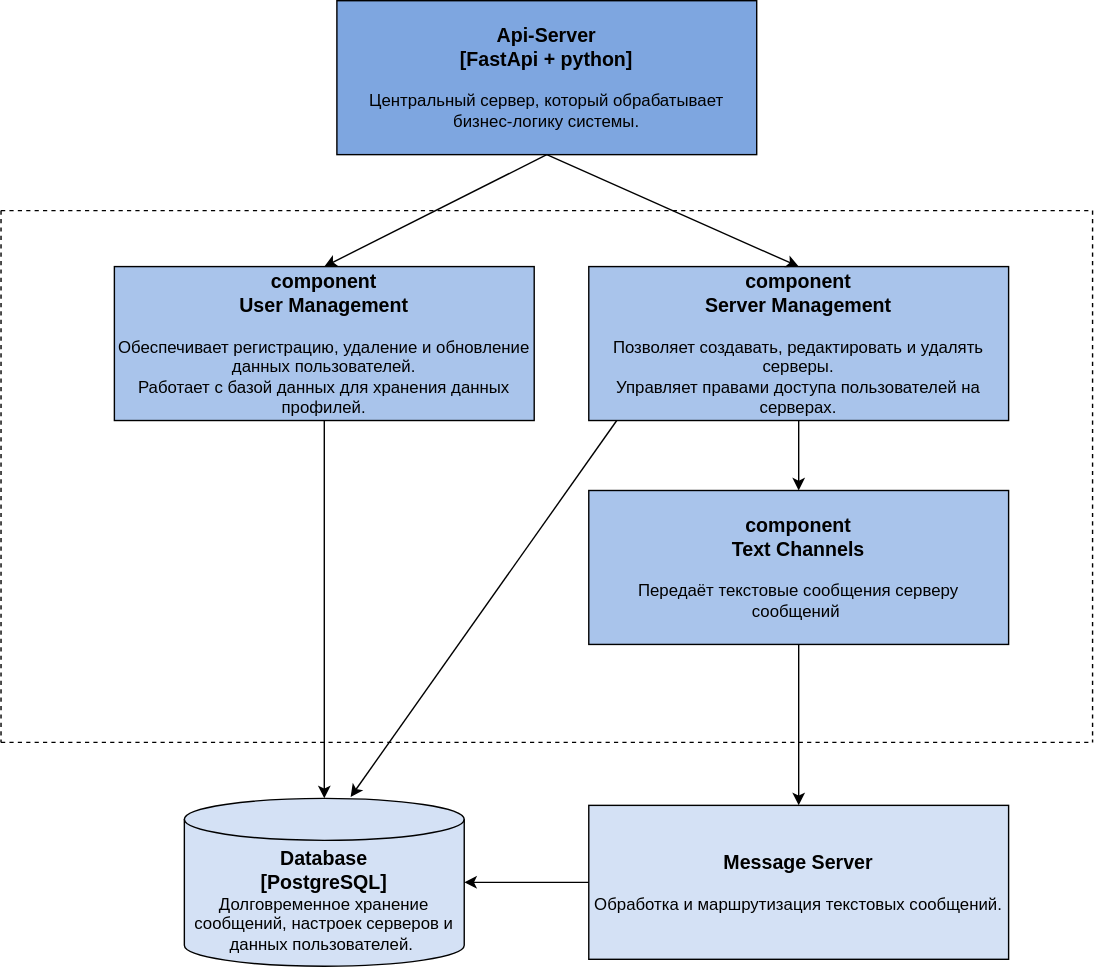
The draw.io diagram Lab Work №2/компонент1.svg in GIFONOT/VKR_4kurs, before a commit. Source tidied: cells renumbered, new cells last; positions are measured from the earlier drawing's top-left corner, leaving out a move shared by most shapes. Source of this version:
```xml
<mxGraphModel>
  <root>
    <mxCell id="0" />
    <mxCell id="1" parent="0" />
    <mxCell id="2" value="&lt;b&gt;&lt;font style=&quot;font-size: 14px;&quot;&gt;Api-&lt;/font&gt;&lt;/b&gt;&lt;b style=&quot;font-size: 14px;&quot;&gt;Server&lt;/b&gt;&lt;div&gt;&lt;b&gt;&lt;font style=&quot;font-size: 14px;&quot;&gt;[FastApi + python]&lt;br&gt;&lt;/font&gt;&lt;/b&gt;&lt;br&gt;Центральный сервер, который обрабатывает бизнес-логику системы.&lt;/div&gt;" style="rounded=0;whiteSpace=wrap;html=1;fillColor=#7EA6E0;" parent="1" vertex="1">
      <mxGeometry x="240" width="300" height="110" as="geometry" />
    </mxCell>
    <mxCell id="3" value="&lt;b style=&quot;font-size: 14px;&quot;&gt;Message Server&lt;/b&gt;&lt;br&gt;&lt;div&gt;&lt;br&gt;Обработка и маршрутизация текстовых сообщений.&lt;/div&gt;" style="rounded=0;whiteSpace=wrap;html=1;fillColor=#D4E1F5;" parent="1" vertex="1">
      <mxGeometry x="420" y="575" width="300" height="110" as="geometry" />
    </mxCell>
    <mxCell id="4" value="&lt;span style=&quot;font-size: 14px;&quot;&gt;&lt;b&gt;component&lt;/b&gt;&lt;/span&gt;&lt;br&gt;&lt;b style=&quot;font-size: 14px;&quot;&gt;User Management&lt;/b&gt;&lt;br&gt;&lt;div&gt;&lt;br&gt;&lt;div&gt;Обеспечивает регистрацию, удаление и обновление данных пользователей.&lt;/div&gt;&lt;div&gt;Работает с базой данных для хранения данных профилей.&lt;/div&gt;&lt;/div&gt;" style="rounded=0;whiteSpace=wrap;html=1;fillColor=#A9C4EB;" parent="1" vertex="1">
      <mxGeometry x="81" y="190" width="300" height="110" as="geometry" />
    </mxCell>
    <mxCell id="5" value="&lt;font style=&quot;&quot;&gt;&lt;span style=&quot;font-size: 14px;&quot;&gt;&lt;b&gt;Database&lt;/b&gt;&lt;/span&gt;&lt;br&gt;&lt;span style=&quot;font-size: 14px;&quot;&gt;&lt;b&gt;[PostgreSQL]&lt;/b&gt;&lt;/span&gt;&lt;/font&gt;&lt;div&gt;Долговременное хранение сообщений, настроек серверов и данных пользователей.&amp;nbsp;&lt;/div&gt;" style="shape=cylinder3;whiteSpace=wrap;html=1;boundedLbl=1;backgroundOutline=1;size=15;fillColor=#D4E1F5;" parent="1" vertex="1">
      <mxGeometry x="131" y="570" width="200" height="120" as="geometry" />
    </mxCell>
    <mxCell id="6" value="&lt;span style=&quot;font-size: 14px;&quot;&gt;&lt;b&gt;component&lt;/b&gt;&lt;/span&gt;&lt;br&gt;&lt;span style=&quot;font-size: 14px;&quot;&gt;&lt;b&gt;Server Management&lt;/b&gt;&lt;/span&gt;&lt;br&gt;&lt;div&gt;&lt;br&gt;&lt;div&gt;&lt;div&gt;Позволяет создавать, редактировать и удалять серверы.&lt;/div&gt;&lt;div&gt;Управляет правами доступа пользователей на серверах.&lt;/div&gt;&lt;/div&gt;&lt;/div&gt;" style="rounded=0;whiteSpace=wrap;html=1;fillColor=#A9C4EB;" parent="1" vertex="1">
      <mxGeometry x="420" y="190" width="300" height="110" as="geometry" />
    </mxCell>
    <mxCell id="7" value="&lt;span style=&quot;font-size: 14px;&quot;&gt;&lt;b&gt;component&lt;/b&gt;&lt;/span&gt;&lt;br&gt;&lt;span style=&quot;font-size: 14px;&quot;&gt;&lt;b&gt;Text Channels&lt;/b&gt;&lt;/span&gt;&lt;br&gt;&lt;div&gt;&lt;br&gt;&lt;div&gt;Передаёт текстовые сообщения серверу сообщений&amp;nbsp;&lt;/div&gt;&lt;/div&gt;" style="rounded=0;whiteSpace=wrap;html=1;fillColor=#A9C4EB;" parent="1" vertex="1">
      <mxGeometry x="420" y="350" width="300" height="110" as="geometry" />
    </mxCell>
    <mxCell id="8" style="endArrow=classic;html=1;rounded=0;entryX=0.5;entryY=0;entryDx=0;entryDy=0;entryPerimeter=0;" parent="1" edge="1" target="5">
      <mxGeometry relative="1" as="geometry">
        <mxPoint x="231" y="300" as="sourcePoint" />
      </mxGeometry>
    </mxCell>
    <mxCell id="9" style="endArrow=classic;html=1;rounded=0;entryX=0.5;entryY=0;entryDx=0;entryDy=0;" parent="1" edge="1" target="4">
      <mxGeometry relative="1" as="geometry">
        <mxPoint x="390" y="110" as="sourcePoint" />
      </mxGeometry>
    </mxCell>
    <mxCell id="10" style="endArrow=classic;html=1;rounded=0;entryX=0.5;entryY=0;entryDx=0;entryDy=0;" parent="1" edge="1" target="6">
      <mxGeometry relative="1" as="geometry">
        <mxPoint x="390" y="110" as="sourcePoint" />
      </mxGeometry>
    </mxCell>
    <mxCell id="11" style="endArrow=classic;html=1;rounded=0;entryX=0.5;entryY=0;entryDx=0;entryDy=0;" parent="1" edge="1" target="7">
      <mxGeometry relative="1" as="geometry">
        <mxPoint x="570" y="300" as="sourcePoint" />
      </mxGeometry>
    </mxCell>
    <mxCell id="12" style="endArrow=classic;html=1;rounded=0;entryX=0.5;entryY=0;entryDx=0;entryDy=0;" parent="1" edge="1" target="3">
      <mxGeometry relative="1" as="geometry">
        <mxPoint x="570" y="460" as="sourcePoint" />
      </mxGeometry>
    </mxCell>
    <mxCell id="13" style="endArrow=classic;html=1;rounded=0;entryX=1;entryY=0.5;entryDx=0;entryDy=0;entryPerimeter=0;exitX=0;exitY=0.5;exitDx=0;exitDy=0;" parent="1" edge="1" source="3" target="5">
      <mxGeometry relative="1" as="geometry" />
    </mxCell>
    <mxCell id="14" style="endArrow=none;dashed=1;html=1;rounded=0;" parent="1" edge="1">
      <mxGeometry relative="1" as="geometry">
        <mxPoint y="150" as="sourcePoint" />
        <mxPoint x="780" y="150" as="targetPoint" />
      </mxGeometry>
    </mxCell>
    <mxCell id="15" style="endArrow=none;dashed=1;html=1;rounded=0;" parent="1" edge="1">
      <mxGeometry relative="1" as="geometry">
        <mxPoint y="530" as="sourcePoint" />
        <mxPoint x="780" y="530" as="targetPoint" />
      </mxGeometry>
    </mxCell>
    <mxCell id="16" style="endArrow=none;dashed=1;html=1;rounded=0;" parent="1" edge="1">
      <mxGeometry relative="1" as="geometry">
        <mxPoint y="150" as="sourcePoint" />
        <mxPoint y="530" as="targetPoint" />
      </mxGeometry>
    </mxCell>
    <mxCell id="17" style="endArrow=none;dashed=1;html=1;rounded=0;" parent="1" edge="1">
      <mxGeometry relative="1" as="geometry">
        <mxPoint x="780" y="150" as="sourcePoint" />
        <mxPoint x="780" y="530" as="targetPoint" />
      </mxGeometry>
    </mxCell>
    <mxCell id="18" style="endArrow=classic;html=1;rounded=0;entryX=0.594;entryY=-0.008;entryDx=0;entryDy=0;entryPerimeter=0;" parent="1" edge="1" target="5">
      <mxGeometry relative="1" as="geometry">
        <mxPoint x="440" y="300" as="sourcePoint" />
      </mxGeometry>
    </mxCell>
  </root>
</mxGraphModel>
```
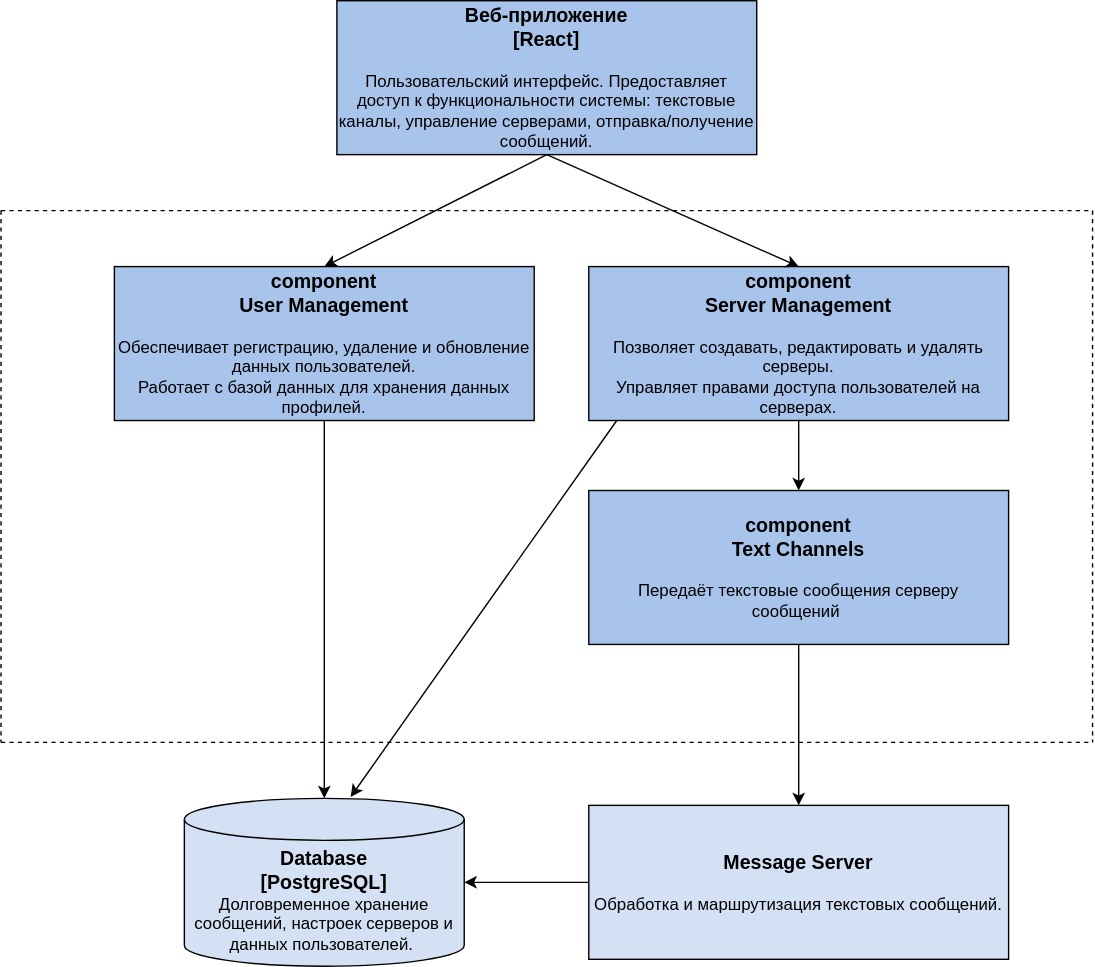
The same diagram one commit later.

What changed in the source:
```diff
@@ -2,9 +2,6 @@
   <root>
     <mxCell id="0" />
     <mxCell id="1" parent="0" />
-    <mxCell id="2" value="&lt;b&gt;&lt;font style=&quot;font-size: 14px;&quot;&gt;Api-&lt;/font&gt;&lt;/b&gt;&lt;b style=&quot;font-size: 14px;&quot;&gt;Server&lt;/b&gt;&lt;div&gt;&lt;b&gt;&lt;font style=&quot;font-size: 14px;&quot;&gt;[FastApi + python]&lt;br&gt;&lt;/font&gt;&lt;/b&gt;&lt;br&gt;Центральный сервер, который обрабатывает бизнес-логику системы.&lt;/div&gt;" style="rounded=0;whiteSpace=wrap;html=1;fillColor=#7EA6E0;" parent="1" vertex="1">
-      <mxGeometry x="240" width="300" height="110" as="geometry" />
-    </mxCell>
     <mxCell id="3" value="&lt;b style=&quot;font-size: 14px;&quot;&gt;Message Server&lt;/b&gt;&lt;br&gt;&lt;div&gt;&lt;br&gt;Обработка и маршрутизация текстовых сообщений.&lt;/div&gt;" style="rounded=0;whiteSpace=wrap;html=1;fillColor=#D4E1F5;" parent="1" vertex="1">
       <mxGeometry x="420" y="575" width="300" height="110" as="geometry" />
     </mxCell>
@@ -77,5 +74,8 @@
         <mxPoint x="440" y="300" as="sourcePoint" />
       </mxGeometry>
     </mxCell>
+    <mxCell id="19" value="&lt;b&gt;&lt;font style=&quot;font-size: 14px;&quot;&gt;Веб-приложение&lt;/font&gt;&lt;/b&gt;&lt;div&gt;&lt;b&gt;&lt;font style=&quot;font-size: 14px;&quot;&gt;[React]&lt;br&gt;&lt;/font&gt;&lt;/b&gt;&lt;br&gt;Пользовательский интерфейс. Предоставляет доступ к функциональности системы: текстовые каналы, управление серверами, отправка/получение сообщений.&lt;/div&gt;" style="rounded=0;whiteSpace=wrap;html=1;fillColor=#A9C4EB;" parent="1" vertex="1">
+      <mxGeometry x="240" width="300" height="110" as="geometry" />
+    </mxCell>
   </root>
 </mxGraphModel>
```
